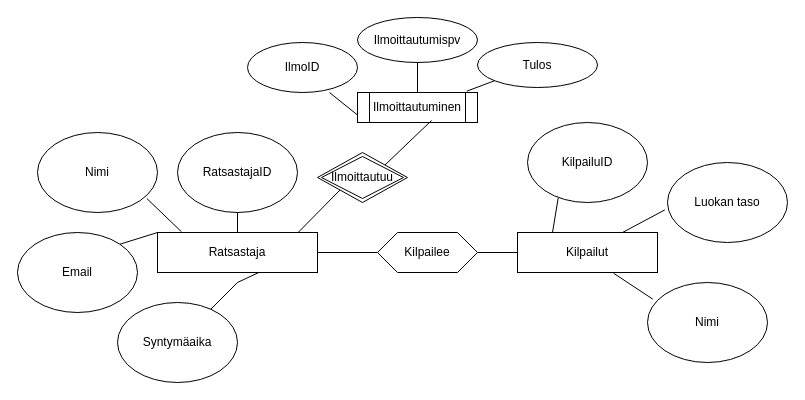
alisasofiaN/drawio keeps this draw.io diagram as Nimetön kaavio.drawio. Above is the earlier version. Source tidied: cells renumbered, new cells numbered last; positions are measured from the earlier drawing's top-left corner, leaving out a move shared by most shapes. Both pictures are drawn from the tidied source at 100%, with x=0, y=0 at pixel (17, 17).
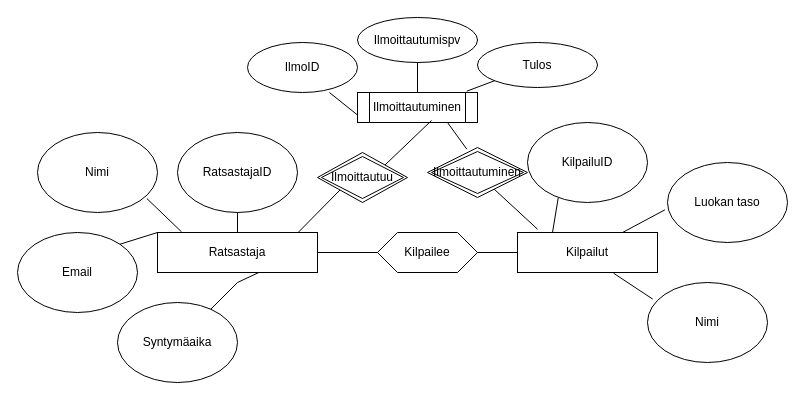
Above is the later version.

Unchanged cells that the change refers to:
```xml
<mxCell id="11" value="Kilpailut" style="rounded=0;whiteSpace=wrap;html=1;" parent="1" vertex="1">
  <mxGeometry x="500" y="215" width="140" height="40" as="geometry" />
</mxCell>
<mxCell id="21" value="Ilmoittautuminen" style="shape=process;whiteSpace=wrap;html=1;backgroundOutline=1;" parent="1" vertex="1">
  <mxGeometry x="340" y="75" width="120" height="30" as="geometry" />
</mxCell>
```

Diff of the diagram source:
```diff
@@
+    <mxCell id="31" style="endArrow=none;html=1;rounded=0;entryX=0.143;entryY=-0.083;entryDx=0;entryDy=0;entryPerimeter=0;exitX=0.75;exitY=1;exitDx=0;exitDy=0;" parent="1" edge="1" source="33" target="11">
+      <mxGeometry relative="1" as="geometry" />
+    </mxCell>
+    <mxCell id="32" style="endArrow=none;html=1;rounded=0;entryX=0.393;entryY=0.033;entryDx=0;entryDy=0;entryPerimeter=0;exitX=0.75;exitY=1;exitDx=0;exitDy=0;" parent="1" edge="1" source="21" target="33">
+      <mxGeometry relative="1" as="geometry" />
+    </mxCell>
+    <mxCell id="33" value="Ilmoittautuminen" style="shape=rhombus;double=1;perimeter=rhombusPerimeter;whiteSpace=wrap;html=1;align=center;" parent="1" vertex="1">
+      <mxGeometry x="410" y="130" width="100" height="50" as="geometry" />
+    </mxCell>
```
